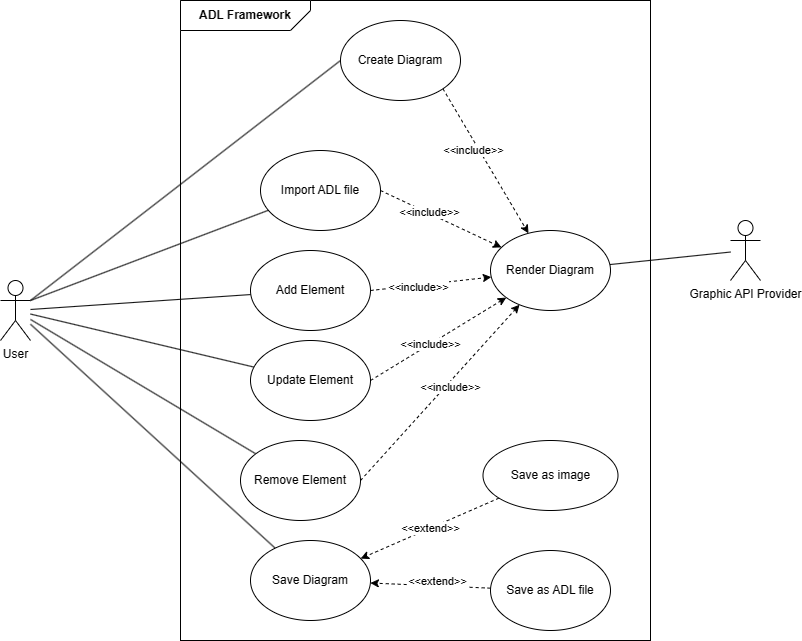
This is img/UseCase.drawio.png from phunm211/SW-Associate-Architecture, a draw.io export, as it was before one commit. Source tidied: cells renumbered, new cells last; positions are measured from the earlier drawing's top-left corner, leaving out a move shared by most shapes.
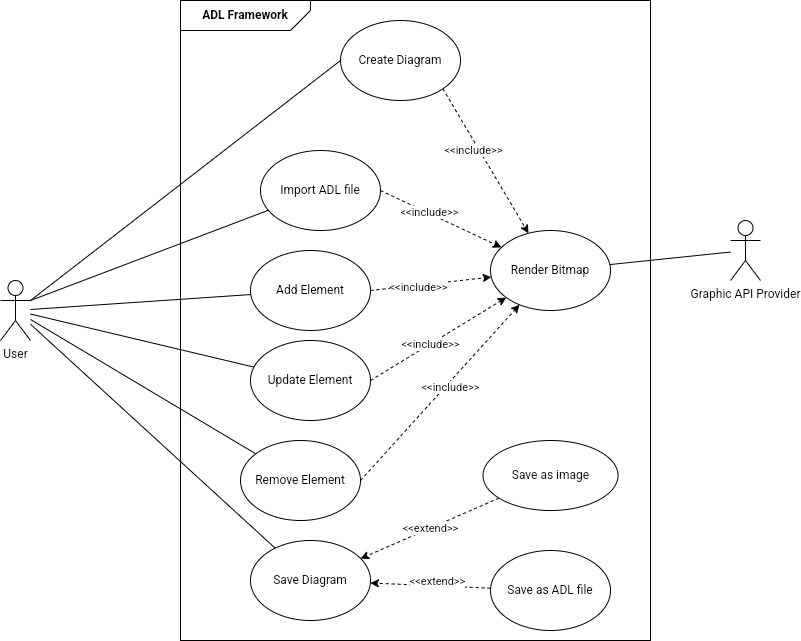
Above is the later version.

The edit, as a diff of the source:
```diff
@@ -97,7 +97,7 @@
     <mxCell id="32" style="rounded=0;jettySize=auto;html=1;endArrow=none;endFill=0;" parent="1" edge="1" source="33" target="34">
       <mxGeometry relative="1" as="geometry" />
     </mxCell>
-    <mxCell id="33" value="Render Diagram" style="ellipse;whiteSpace=wrap;html=1;" parent="1" vertex="1">
+    <mxCell id="33" value="Render Bitmap" style="ellipse;whiteSpace=wrap;html=1;" parent="1" vertex="1">
       <mxGeometry x="490" y="280" width="120" height="80" as="geometry" />
     </mxCell>
     <mxCell id="34" value="Graphic API Provider" style="shape=umlActor;verticalLabelPosition=bottom;verticalAlign=top;html=1;outlineConnect=0;" parent="1" vertex="1">
```
